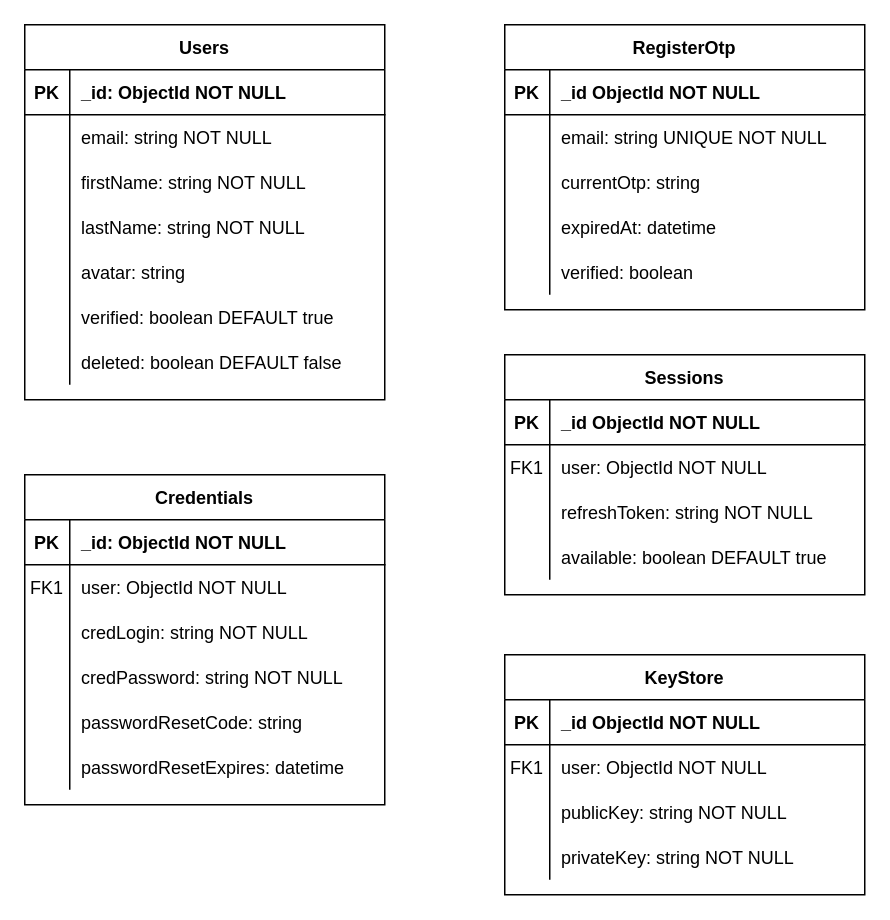
Above: docs/meca-database-diagram.drawio in NhutHuyDev/meca (draw.io), before the change. Source tidied: cells renumbered, new cells numbered last; positions are measured from the earlier drawing's top-left corner, leaving out a move shared by most shapes. Both pictures are drawn from the tidied source at 150%, with x=0, y=0 at pixel (24, 24).
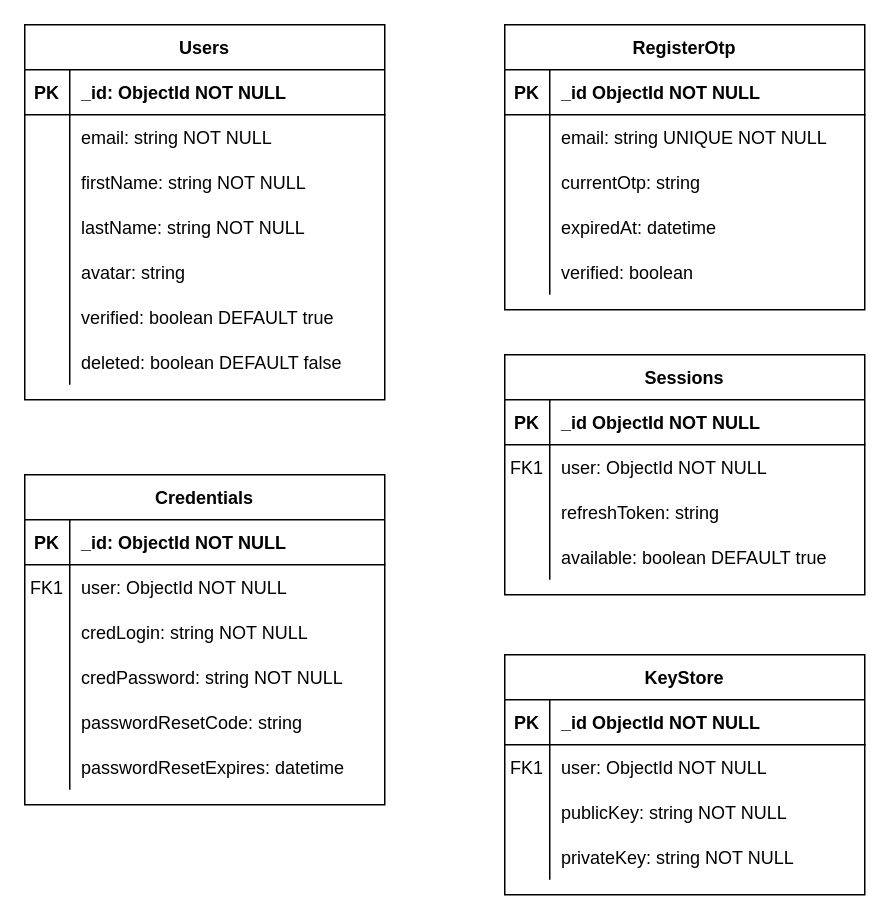
The same page after the edit.

The change refers to these unchanged cells:
```xml
<mxCell id="66" style="shape=partialRectangle;fillColor=none;top=0;left=0;right=0;bottom=0;" parent="59" vertex="1">
  <mxGeometry y="90" width="240" height="30" as="geometry" />
</mxCell>
```

What changed in the source:
```diff
@@
-    <mxCell id="68" value="refreshToken: string NOT NULL" style="shape=partialRectangle;overflow=hidden;fillColor=none;top=0;left=0;bottom=0;right=0;align=left;spacingLeft=6;" parent="66" vertex="1">
+    <mxCell id="68" value="refreshToken: string" style="shape=partialRectangle;overflow=hidden;fillColor=none;top=0;left=0;bottom=0;right=0;align=left;spacingLeft=6;" parent="66" vertex="1">
       <mxGeometry x="30" width="210" height="30" as="geometry" />
     </mxCell>
```
